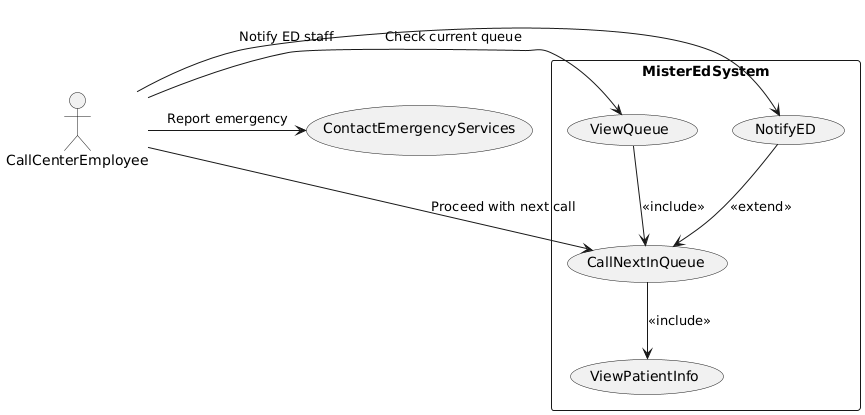
Earlier version of the PlantUML export CallCenter_UCD.png (SENG-350-2024-fall/Team7).
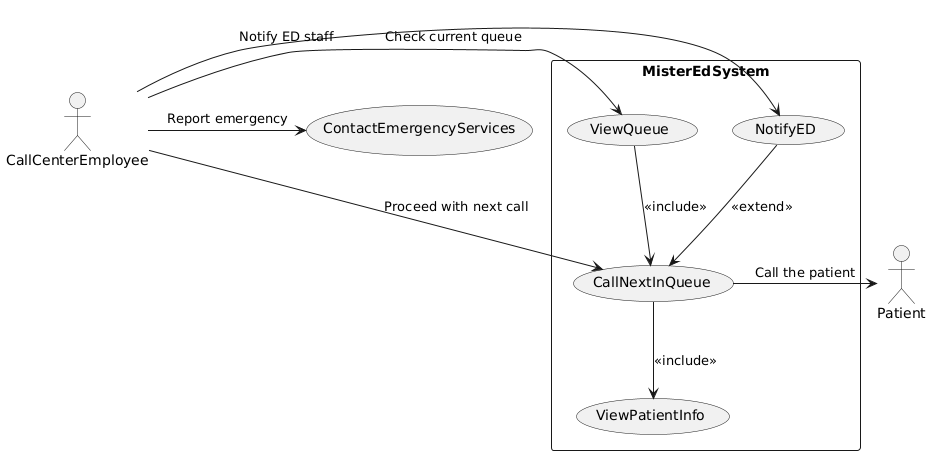
Later version of the same file.

Diff of the diagram source:
```diff
@@ -1,5 +1,6 @@
 @startuml
 actor CallCenterEmployee
+actor Patient
 
 rectangle MisterEdSystem {
 
@@ -22,4 +23,6 @@
 ViewQueue --> CallNextInQueue : <<include>>
 CallNextInQueue --> ViewPatientInfo : <<include>>
 NotifyED --> CallNextInQueue : <<extend>>
+
+CallNextInQueue -> Patient: Call the patient
 @enduml
```
